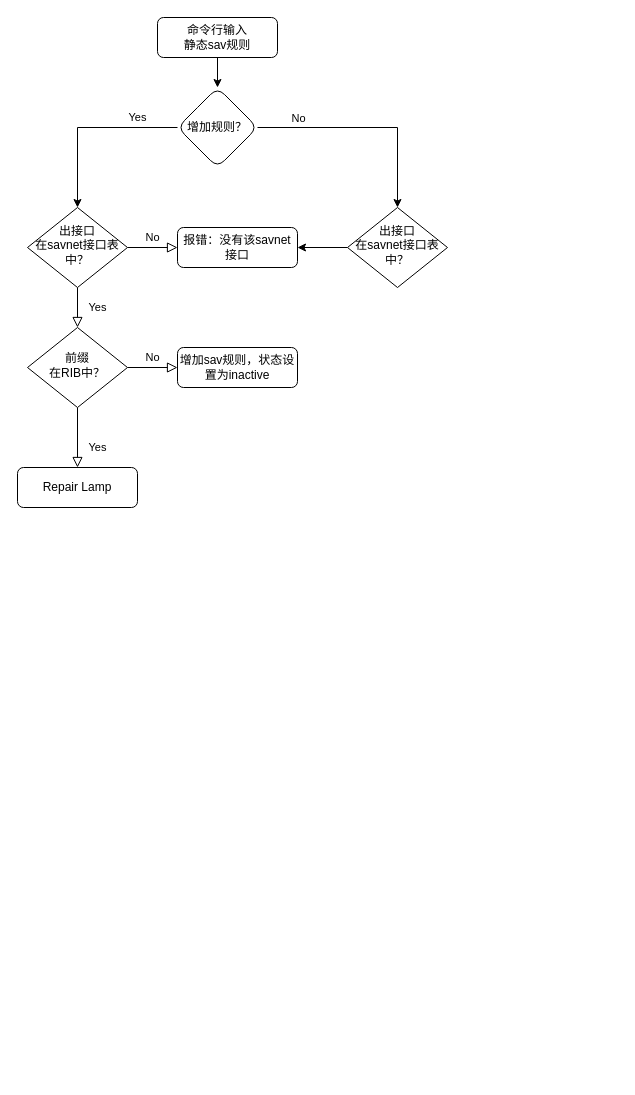
This is 未命名绘图.drawio from Gxch2018/RDMA-Tutorial, a draw.io file, before an edit. Source tidied: cells renumbered, new cells numbered last; positions are measured from the earlier drawing's top-left corner, leaving out a move shared by most shapes. Both pictures are drawn from the tidied source at 100%, with x=0, y=0 at pixel (17, 17).
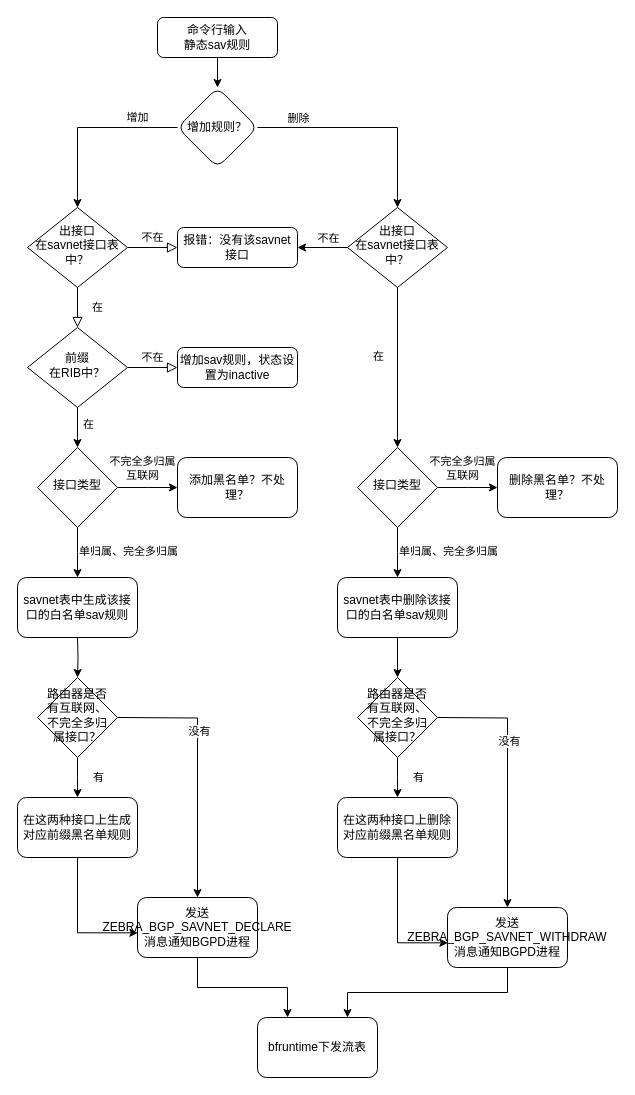
After the change.

Commit message:
更新未命名绘图.drawio

The change refers to these unchanged cells:
```xml
<mxCell id="6" value="出接口&lt;br&gt;在savnet接口表中？" style="rhombus;whiteSpace=wrap;html=1;shadow=0;fontFamily=Helvetica;fontSize=12;align=center;strokeWidth=1;spacing=6;spacingTop=-4;" parent="1" vertex="1">
  <mxGeometry x="10" y="190" width="100" height="80" as="geometry" />
</mxCell>
<mxCell id="7" value="报错：没有该savnet接口" style="rounded=1;whiteSpace=wrap;html=1;fontSize=12;glass=0;strokeWidth=1;shadow=0;" parent="1" vertex="1">
  <mxGeometry x="160" y="210" width="120" height="40" as="geometry" />
</mxCell>
<mxCell id="10" value="前缀&lt;br&gt;在RIB中？" style="rhombus;whiteSpace=wrap;html=1;shadow=0;fontFamily=Helvetica;fontSize=12;align=center;strokeWidth=1;spacing=6;spacingTop=-4;" parent="1" vertex="1">
  <mxGeometry x="10" y="310" width="100" height="80" as="geometry" />
</mxCell>
<mxCell id="12" value="增加sav规则，状态设置为inactive" style="rounded=1;whiteSpace=wrap;html=1;fontSize=12;glass=0;strokeWidth=1;shadow=0;" parent="1" vertex="1">
  <mxGeometry x="160" y="330" width="120" height="40" as="geometry" />
</mxCell>
<mxCell id="14" style="edgeStyle=orthogonalEdgeStyle;rounded=0;jettySize=auto;html=1;entryX=0.5;entryY=0;entryDx=0;entryDy=0;" parent="1" edge="1" source="16" target="18">
  <mxGeometry relative="1" as="geometry" />
</mxCell>
<mxCell id="16" value="增加规则？" style="rhombus;whiteSpace=wrap;html=1;rounded=1;glass=0;strokeWidth=1;shadow=0;" parent="1" vertex="1">
  <mxGeometry x="160" y="70" width="80" height="80" as="geometry" />
</mxCell>
<mxCell id="17" style="edgeStyle=orthogonalEdgeStyle;rounded=0;jettySize=auto;html=1;" parent="1" edge="1" source="18" target="7">
  <mxGeometry relative="1" as="geometry" />
</mxCell>
<mxCell id="18" value="出接口&lt;br&gt;在savnet接口表中？" style="rhombus;whiteSpace=wrap;html=1;shadow=0;fontFamily=Helvetica;fontSize=12;align=center;strokeWidth=1;spacing=6;spacingTop=-4;" parent="1" vertex="1">
  <mxGeometry x="330" y="190" width="100" height="80" as="geometry" />
</mxCell>
```

What changed in the source:
```diff
@@
-    <mxCell id="4" value="Yes" style="rounded=0;html=1;jettySize=auto;fontSize=11;endArrow=block;endFill=0;endSize=8;strokeWidth=1;shadow=0;labelBackgroundColor=none;edgeStyle=orthogonalEdgeStyle;" parent="1" edge="1" source="6" target="10">
+    <mxCell id="4" value="在" style="rounded=0;html=1;jettySize=auto;fontSize=11;endArrow=block;endFill=0;endSize=8;strokeWidth=1;shadow=0;labelBackgroundColor=none;edgeStyle=orthogonalEdgeStyle;" parent="1" edge="1" source="6" target="10">
       <mxGeometry y="20" relative="1" as="geometry" />
     </mxCell>
-    <mxCell id="5" value="No" style="edgeStyle=orthogonalEdgeStyle;rounded=0;html=1;jettySize=auto;fontSize=11;endArrow=block;endFill=0;endSize=8;strokeWidth=1;shadow=0;labelBackgroundColor=none;" parent="1" edge="1" source="6" target="7">
+    <mxCell id="5" value="不在" style="edgeStyle=orthogonalEdgeStyle;rounded=0;html=1;jettySize=auto;fontSize=11;endArrow=block;endFill=0;endSize=8;strokeWidth=1;shadow=0;labelBackgroundColor=none;" parent="1" edge="1" source="6" target="7">
       <mxGeometry y="10" relative="1" as="geometry" />
     </mxCell>
@@
-    <mxCell id="8" value="Yes" style="rounded=0;html=1;jettySize=auto;fontSize=11;endArrow=block;endFill=0;endSize=8;strokeWidth=1;shadow=0;labelBackgroundColor=none;edgeStyle=orthogonalEdgeStyle;" parent="1" edge="1" source="10" target="11">
-      <mxGeometry x="0.33" y="20" relative="1" as="geometry" />
-    </mxCell>
-    <mxCell id="9" value="No" style="edgeStyle=orthogonalEdgeStyle;rounded=0;html=1;jettySize=auto;fontSize=11;endArrow=block;endFill=0;endSize=8;strokeWidth=1;shadow=0;labelBackgroundColor=none;" parent="1" edge="1" source="10" target="12">
+    <mxCell id="9" value="不在" style="edgeStyle=orthogonalEdgeStyle;rounded=0;html=1;jettySize=auto;fontSize=11;endArrow=block;endFill=0;endSize=8;strokeWidth=1;shadow=0;labelBackgroundColor=none;" parent="1" edge="1" source="10" target="12">
       <mxGeometry y="10" relative="1" as="geometry" />
     </mxCell>
+    <mxCell id="19" style="edgeStyle=orthogonalEdgeStyle;rounded=0;jettySize=auto;html=1;" parent="1" edge="1" source="10" target="28">
+      <mxGeometry relative="1" as="geometry" />
+    </mxCell>
+    <mxCell id="20" value="在" style="edgeLabel;html=1;align=center;verticalAlign=middle;" parent="19" vertex="1">
+      <mxGeometry x="-0.19" y="3" relative="1" as="geometry">
+        <mxPoint x="7" as="offset" />
+      </mxGeometry>
+    </mxCell>
@@
-    <mxCell id="11" value="Repair Lamp" style="rounded=1;whiteSpace=wrap;html=1;fontSize=12;glass=0;strokeWidth=1;shadow=0;" parent="1" vertex="1">
-      <mxGeometry y="450" width="120" height="40" as="geometry" />
-    </mxCell>
@@
-    <mxCell id="13" value="Yes" style="edgeStyle=orthogonalEdgeStyle;rounded=0;jettySize=auto;html=1;entryX=0.5;entryY=0;entryDx=0;entryDy=0;" parent="1" edge="1" source="16" target="6">
+    <mxCell id="13" value="增加" style="edgeStyle=orthogonalEdgeStyle;rounded=0;jettySize=auto;html=1;entryX=0.5;entryY=0;entryDx=0;entryDy=0;" parent="1" edge="1" source="16" target="6">
       <mxGeometry x="-0.56" y="-10" relative="1" as="geometry" />
     </mxCell>
@@
-    <mxCell id="15" value="No" style="edgeLabel;html=1;align=center;verticalAlign=middle;" parent="14" vertex="1">
+    <mxCell id="15" value="删除" style="edgeLabel;html=1;align=center;verticalAlign=middle;" parent="14" vertex="1">
       <mxGeometry x="-0.04" y="1" relative="1" as="geometry">
         <mxPoint x="-66" y="-9" as="offset" />
       </mxGeometry>
     </mxCell>
@@
+    <mxCell id="21" value="不在" style="edgeLabel;html=1;align=center;verticalAlign=middle;" parent="17" vertex="1">
+      <mxGeometry x="-0.32" y="1" relative="1" as="geometry">
+        <mxPoint x="-3" y="-11" as="offset" />
+      </mxGeometry>
+    </mxCell>
+    <mxCell id="22" style="edgeStyle=orthogonalEdgeStyle;rounded=0;jettySize=auto;html=1;exitX=0.5;exitY=1;exitDx=0;exitDy=0;entryX=0.5;entryY=0;entryDx=0;entryDy=0;" parent="1" edge="1" source="18" target="46">
+      <mxGeometry relative="1" as="geometry" />
+    </mxCell>
+    <mxCell id="23" value="在" style="edgeLabel;html=1;align=center;verticalAlign=middle;" parent="22" vertex="1">
+      <mxGeometry x="-0.15" relative="1" as="geometry">
+        <mxPoint x="-20" as="offset" />
+      </mxGeometry>
+    </mxCell>
@@
+    <mxCell id="24" style="edgeStyle=orthogonalEdgeStyle;rounded=0;jettySize=auto;html=1;" parent="1" edge="1" source="28">
+      <mxGeometry relative="1" as="geometry">
+        <mxPoint x="160" y="470" as="targetPoint" />
+      </mxGeometry>
+    </mxCell>
+    <mxCell id="25" value="不完全多归属&lt;br&gt;互联网" style="edgeLabel;html=1;align=center;verticalAlign=middle;" parent="24" vertex="1">
+      <mxGeometry x="-0.2" relative="1" as="geometry">
+        <mxPoint y="-20" as="offset" />
+      </mxGeometry>
+    </mxCell>
+    <mxCell id="26" style="edgeStyle=orthogonalEdgeStyle;rounded=0;jettySize=auto;html=1;" parent="1" edge="1" source="28">
+      <mxGeometry relative="1" as="geometry">
+        <mxPoint x="60" y="560" as="targetPoint" />
+      </mxGeometry>
+    </mxCell>
+    <mxCell id="27" value="单归属、完全多归属" style="edgeLabel;html=1;align=center;verticalAlign=middle;" parent="26" vertex="1">
+      <mxGeometry x="-0.07" relative="1" as="geometry">
+        <mxPoint x="50" as="offset" />
+      </mxGeometry>
+    </mxCell>
+    <mxCell id="28" value="接口类型" style="rhombus;whiteSpace=wrap;html=1;shadow=0;strokeWidth=1;spacing=6;spacingTop=-4;" parent="1" vertex="1">
+      <mxGeometry x="20" y="430" width="80" height="80" as="geometry" />
+    </mxCell>
+    <mxCell id="29" style="edgeStyle=orthogonalEdgeStyle;rounded=0;jettySize=auto;html=1;" parent="1" edge="1" target="34">
+      <mxGeometry relative="1" as="geometry">
+        <mxPoint x="60" y="620" as="sourcePoint" />
+      </mxGeometry>
+    </mxCell>
+    <mxCell id="30" style="edgeStyle=orthogonalEdgeStyle;rounded=0;jettySize=auto;html=1;" parent="1" edge="1" source="34">
+      <mxGeometry relative="1" as="geometry">
+        <mxPoint x="60" y="780" as="targetPoint" />
+      </mxGeometry>
+    </mxCell>
+    <mxCell id="31" value="有" style="edgeLabel;html=1;align=center;verticalAlign=middle;" parent="30" vertex="1">
+      <mxGeometry x="-0.05" y="-1" relative="1" as="geometry">
+        <mxPoint x="21" as="offset" />
+      </mxGeometry>
+    </mxCell>
+    <mxCell id="32" style="edgeStyle=orthogonalEdgeStyle;rounded=0;jettySize=auto;html=1;entryX=0.5;entryY=0;entryDx=0;entryDy=0;" parent="1" edge="1" target="39">
+      <mxGeometry relative="1" as="geometry">
+        <mxPoint x="100" y="700" as="sourcePoint" />
+      </mxGeometry>
+    </mxCell>
+    <mxCell id="33" value="没有" style="edgeLabel;html=1;align=center;verticalAlign=middle;" parent="32" vertex="1">
+      <mxGeometry x="-0.28" y="1" relative="1" as="geometry" />
+    </mxCell>
+    <mxCell id="34" value="路由器是否有互联网、不完全多归属接口？" style="rhombus;whiteSpace=wrap;html=1;shadow=0;strokeWidth=1;spacing=6;spacingTop=-4;" parent="1" vertex="1">
+      <mxGeometry x="20" y="660" width="80" height="80" as="geometry" />
+    </mxCell>
+    <mxCell id="35" value="添加黑名单？不处理？" style="rounded=1;whiteSpace=wrap;html=1;" parent="1" vertex="1">
+      <mxGeometry x="160" y="440" width="120" height="60" as="geometry" />
+    </mxCell>
+    <mxCell id="36" value="savnet表中生成该接口的白名单sav规则" style="rounded=1;whiteSpace=wrap;html=1;" parent="1" vertex="1">
+      <mxGeometry y="560" width="120" height="60" as="geometry" />
+    </mxCell>
+    <mxCell id="37" value="在这两种接口上生成对应前缀黑名单规则" style="rounded=1;whiteSpace=wrap;html=1;" parent="1" vertex="1">
+      <mxGeometry y="780" width="120" height="60" as="geometry" />
+    </mxCell>
+    <mxCell id="38" style="edgeStyle=orthogonalEdgeStyle;rounded=0;jettySize=auto;html=1;exitX=0.5;exitY=1;exitDx=0;exitDy=0;entryX=0.25;entryY=0;entryDx=0;entryDy=0;" parent="1" edge="1" source="39" target="41">
+      <mxGeometry relative="1" as="geometry" />
+    </mxCell>
+    <mxCell id="39" value="发送ZEBRA_BGP_SAVNET_DECLARE消息通知BGPD进程" style="rounded=1;whiteSpace=wrap;html=1;" parent="1" vertex="1">
+      <mxGeometry x="120" y="880" width="120" height="60" as="geometry" />
+    </mxCell>
+    <mxCell id="40" style="edgeStyle=orthogonalEdgeStyle;rounded=0;jettySize=auto;html=1;exitX=0.5;exitY=1;exitDx=0;exitDy=0;entryX=0.003;entryY=0.589;entryDx=0;entryDy=0;entryPerimeter=0;" parent="1" edge="1" source="37" target="39">
+      <mxGeometry relative="1" as="geometry" />
+    </mxCell>
+    <mxCell id="41" value="bfruntime下发流表" style="rounded=1;whiteSpace=wrap;html=1;" parent="1" vertex="1">
+      <mxGeometry x="240" y="1000" width="120" height="60" as="geometry" />
+    </mxCell>
+    <mxCell id="42" style="edgeStyle=orthogonalEdgeStyle;rounded=0;jettySize=auto;html=1;" parent="1" edge="1" source="46">
+      <mxGeometry relative="1" as="geometry">
+        <mxPoint x="480" y="470" as="targetPoint" />
+      </mxGeometry>
+    </mxCell>
+    <mxCell id="43" value="不完全多归属&lt;br&gt;互联网" style="edgeLabel;html=1;align=center;verticalAlign=middle;" parent="42" vertex="1">
+      <mxGeometry x="-0.2" relative="1" as="geometry">
+        <mxPoint y="-20" as="offset" />
+      </mxGeometry>
+    </mxCell>
+    <mxCell id="44" style="edgeStyle=orthogonalEdgeStyle;rounded=0;jettySize=auto;html=1;" parent="1" edge="1" source="46">
+      <mxGeometry relative="1" as="geometry">
+        <mxPoint x="380" y="560" as="targetPoint" />
+      </mxGeometry>
+    </mxCell>
+    <mxCell id="45" value="单归属、完全多归属" style="edgeLabel;html=1;align=center;verticalAlign=middle;" parent="44" vertex="1">
+      <mxGeometry x="-0.07" relative="1" as="geometry">
+        <mxPoint x="50" as="offset" />
+      </mxGeometry>
+    </mxCell>
+    <mxCell id="46" value="接口类型" style="rhombus;whiteSpace=wrap;html=1;shadow=0;strokeWidth=1;spacing=6;spacingTop=-4;" parent="1" vertex="1">
+      <mxGeometry x="340" y="430" width="80" height="80" as="geometry" />
+    </mxCell>
+    <mxCell id="47" value="删除黑名单？不处理？" style="rounded=1;whiteSpace=wrap;html=1;" parent="1" vertex="1">
+      <mxGeometry x="480" y="440" width="120" height="60" as="geometry" />
+    </mxCell>
+    <mxCell id="48" style="edgeStyle=orthogonalEdgeStyle;rounded=0;jettySize=auto;html=1;entryX=0.5;entryY=0;entryDx=0;entryDy=0;" parent="1" edge="1" source="49" target="54">
+      <mxGeometry relative="1" as="geometry" />
+    </mxCell>
+    <mxCell id="49" value="savnet表中删除该接口的白名单sav规则" style="rounded=1;whiteSpace=wrap;html=1;" parent="1" vertex="1">
+      <mxGeometry x="320" y="560" width="120" height="60" as="geometry" />
+    </mxCell>
+    <mxCell id="50" style="edgeStyle=orthogonalEdgeStyle;rounded=0;jettySize=auto;html=1;" parent="1" edge="1" source="54">
+      <mxGeometry relative="1" as="geometry">
+        <mxPoint x="380" y="780" as="targetPoint" />
+      </mxGeometry>
+    </mxCell>
+    <mxCell id="51" value="有" style="edgeLabel;html=1;align=center;verticalAlign=middle;" parent="50" vertex="1">
+      <mxGeometry x="-0.05" y="-1" relative="1" as="geometry">
+        <mxPoint x="21" as="offset" />
+      </mxGeometry>
+    </mxCell>
+    <mxCell id="52" style="edgeStyle=orthogonalEdgeStyle;rounded=0;jettySize=auto;html=1;entryX=0.5;entryY=0;entryDx=0;entryDy=0;" parent="1" edge="1" target="57">
+      <mxGeometry relative="1" as="geometry">
+        <mxPoint x="420" y="700" as="sourcePoint" />
+      </mxGeometry>
+    </mxCell>
+    <mxCell id="53" value="没有" style="edgeLabel;html=1;align=center;verticalAlign=middle;" parent="52" vertex="1">
+      <mxGeometry x="-0.28" y="1" relative="1" as="geometry" />
+    </mxCell>
+    <mxCell id="54" value="路由器是否有互联网、不完全多归属接口？" style="rhombus;whiteSpace=wrap;html=1;shadow=0;strokeWidth=1;spacing=6;spacingTop=-4;" parent="1" vertex="1">
+      <mxGeometry x="340" y="660" width="80" height="80" as="geometry" />
+    </mxCell>
+    <mxCell id="55" value="在这两种接口上删除对应前缀黑名单规则" style="rounded=1;whiteSpace=wrap;html=1;" parent="1" vertex="1">
+      <mxGeometry x="320" y="780" width="120" height="60" as="geometry" />
+    </mxCell>
+    <mxCell id="56" style="edgeStyle=orthogonalEdgeStyle;rounded=0;jettySize=auto;html=1;exitX=0.5;exitY=1;exitDx=0;exitDy=0;entryX=0.75;entryY=0;entryDx=0;entryDy=0;" parent="1" edge="1" source="57" target="41">
+      <mxGeometry relative="1" as="geometry" />
+    </mxCell>
+    <mxCell id="57" value="发送ZEBRA_BGP_SAVNET_WITHDRAW消息通知BGPD进程" style="rounded=1;whiteSpace=wrap;html=1;" parent="1" vertex="1">
+      <mxGeometry x="430" y="890" width="120" height="60" as="geometry" />
+    </mxCell>
+    <mxCell id="58" style="edgeStyle=orthogonalEdgeStyle;rounded=0;jettySize=auto;html=1;exitX=0.5;exitY=1;exitDx=0;exitDy=0;entryX=0.003;entryY=0.589;entryDx=0;entryDy=0;entryPerimeter=0;" parent="1" edge="1" source="55" target="57">
+      <mxGeometry relative="1" as="geometry" />
+    </mxCell>
```
